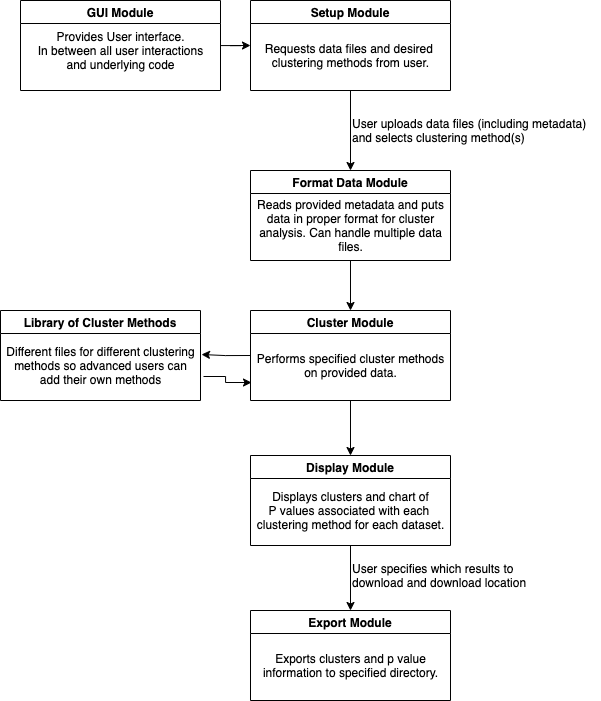
CarsonJM/cluster_pval keeps this draw.io diagram as doc/Component_Diagram.png. Above is the earlier version. Source tidied: cells renumbered, new cells last; positions are measured from the earlier drawing's top-left corner, leaving out a move shared by most shapes.
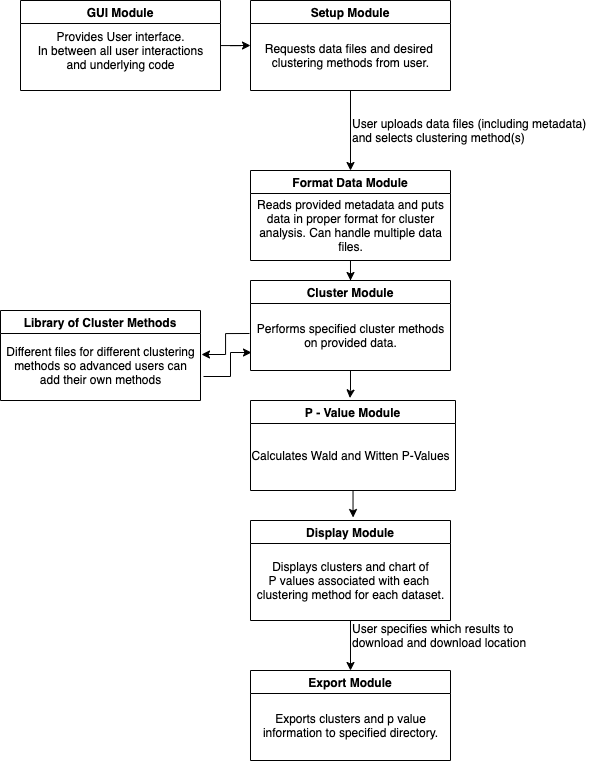
After the change.

Commit message:
Updated component diagram to include p-value component.

What changed in the source:
```diff
@@ -23,11 +23,11 @@
     <mxCell id="8" value="User uploads data files (including metadata) &lt;br&gt;and selects clustering method(s)" style="text;html=1;align=left;verticalAlign=middle;strokeColor=none;fillColor=none;fontColor=default;" parent="1" vertex="1">
       <mxGeometry x="350" y="115" width="250" height="30" as="geometry" />
     </mxCell>
-    <mxCell id="9" style="edgeStyle=orthogonalEdgeStyle;rounded=0;jettySize=auto;html=1;labelBackgroundColor=default;fontColor=default;strokeColor=default;" parent="1" edge="1" source="10" target="15">
-      <mxGeometry relative="1" as="geometry" />
-    </mxCell>
+    <mxCell id="25" style="edgeStyle=orthogonalEdgeStyle;rounded=0;jettySize=auto;html=1;labelBackgroundColor=default;fontColor=default;strokeColor=default;entryX=0.485;entryY=-0.028;entryDx=0;entryDy=0;entryPerimeter=0;" parent="1" edge="1" source="10" target="27">
+      <mxGeometry relative="1" as="geometry" />
+    </mxCell>
     <mxCell id="10" value="Cluster Module" style="swimlane;fontColor=default;fillColor=default;strokeColor=default;" parent="1" vertex="1">
-      <mxGeometry x="250" y="310" width="200" height="90" as="geometry" />
+      <mxGeometry x="250" y="280" width="200" height="90" as="geometry" />
     </mxCell>
     <mxCell id="11" value="Performs specified cluster methods&lt;br&gt;on provided data." style="text;html=1;align=center;verticalAlign=middle;points=[];strokeColor=none;fillColor=none;fontColor=default;" parent="10" vertex="1">
       <mxGeometry y="40" width="200" height="30" as="geometry" />
@@ -42,19 +42,19 @@
       <mxGeometry relative="1" as="geometry" />
     </mxCell>
     <mxCell id="15" value="Display Module" style="swimlane;fontColor=default;fillColor=default;strokeColor=default;" parent="1" vertex="1">
-      <mxGeometry x="250" y="455" width="200" height="90" as="geometry" />
+      <mxGeometry x="250" y="520" width="200" height="100" as="geometry" />
     </mxCell>
     <mxCell id="16" value="Displays clusters and chart of&lt;br&gt;P values associated with each&amp;nbsp;&lt;br&gt;clustering method for each dataset." style="text;html=1;align=center;verticalAlign=middle;strokeColor=none;fillColor=none;fontColor=default;" parent="15" vertex="1">
-      <mxGeometry y="30" width="200" height="50" as="geometry" />
+      <mxGeometry y="35" width="200" height="50" as="geometry" />
     </mxCell>
     <mxCell id="17" value="Export Module" style="swimlane;fontColor=default;fillColor=default;strokeColor=default;" parent="1" vertex="1">
-      <mxGeometry x="250" y="610" width="200" height="90" as="geometry" />
+      <mxGeometry x="250" y="670" width="200" height="90" as="geometry" />
     </mxCell>
     <mxCell id="18" value="Exports clusters and p value&lt;br&gt;information to specified directory." style="text;html=1;align=center;verticalAlign=middle;strokeColor=none;fillColor=none;fontColor=default;" parent="17" vertex="1">
       <mxGeometry x="5" y="40" width="190" height="30" as="geometry" />
     </mxCell>
     <mxCell id="19" value="User specifies which results to &lt;br&gt;download and download location" style="text;html=1;align=left;verticalAlign=middle;strokeColor=none;fillColor=none;fontColor=default;" parent="1" vertex="1">
-      <mxGeometry x="350" y="560" width="190" height="30" as="geometry" />
+      <mxGeometry x="350" y="620" width="190" height="30" as="geometry" />
     </mxCell>
     <mxCell id="20" style="edgeStyle=orthogonalEdgeStyle;rounded=0;jettySize=auto;html=1;entryX=0;entryY=0.5;entryDx=0;entryDy=0;labelBackgroundColor=default;fontColor=default;strokeColor=default;" parent="1" edge="1" source="21" target="3">
       <mxGeometry relative="1" as="geometry" />
@@ -65,13 +65,30 @@
     <mxCell id="22" value="Provides User interface.&lt;br&gt;In between all user interactions&lt;br&gt;and underlying code" style="text;html=1;align=center;verticalAlign=middle;strokeColor=none;fillColor=none;fontColor=default;" parent="21" vertex="1">
       <mxGeometry x="10" y="25" width="180" height="50" as="geometry" />
     </mxCell>
-    <mxCell id="23" style="edgeStyle=orthogonalEdgeStyle;rounded=0;jettySize=auto;html=1;entryX=1.005;entryY=0.28;entryDx=0;entryDy=0;labelBackgroundColor=default;fontColor=default;strokeColor=default;entryPerimeter=0;" parent="1" edge="1" target="13">
+    <mxCell id="23" style="edgeStyle=orthogonalEdgeStyle;rounded=0;jettySize=auto;html=1;entryX=1.005;entryY=0.28;entryDx=0;entryDy=0;labelBackgroundColor=default;fontColor=default;strokeColor=default;entryPerimeter=0;exitX=-0.005;exitY=0.433;exitDx=0;exitDy=0;exitPerimeter=0;" parent="1" edge="1" source="11" target="13">
       <mxGeometry relative="1" as="geometry">
-        <mxPoint x="250" y="355" as="sourcePoint" />
+        <Array as="points">
+          <mxPoint x="225" y="333" />
+          <mxPoint x="225" y="354" />
+        </Array>
       </mxGeometry>
     </mxCell>
     <mxCell id="24" style="edgeStyle=orthogonalEdgeStyle;rounded=0;jettySize=auto;html=1;labelBackgroundColor=default;fontColor=default;strokeColor=default;exitX=1.015;exitY=0.72;exitDx=0;exitDy=0;exitPerimeter=0;entryX=0.005;entryY=1.067;entryDx=0;entryDy=0;entryPerimeter=0;" parent="1" edge="1" source="13" target="11">
-      <mxGeometry relative="1" as="geometry" />
+      <mxGeometry relative="1" as="geometry">
+        <Array as="points">
+          <mxPoint x="230" y="376" />
+          <mxPoint x="230" y="352" />
+        </Array>
+      </mxGeometry>
     </mxCell>
+    <mxCell id="26" style="edgeStyle=orthogonalEdgeStyle;rounded=0;jettySize=auto;html=1;labelBackgroundColor=default;fontColor=default;strokeColor=default;entryX=0.513;entryY=-0.03;entryDx=0;entryDy=0;entryPerimeter=0;" parent="1" edge="1" source="27" target="15">
+      <mxGeometry relative="1" as="geometry" />
+    </mxCell>
+    <mxCell id="27" value="P - Value Module" style="swimlane;fontColor=default;fillColor=default;strokeColor=default;" parent="1" vertex="1">
+      <mxGeometry x="250" y="400" width="205" height="90" as="geometry" />
+    </mxCell>
+    <mxCell id="28" value="Calculates Wald and Witten P-Values" style="text;html=1;align=center;verticalAlign=middle;strokeColor=none;fillColor=none;fontColor=default;" parent="27" vertex="1">
+      <mxGeometry x="-5" y="45" width="210" height="20" as="geometry" />
+    </mxCell>
   </root>
 </mxGraphModel>
```
